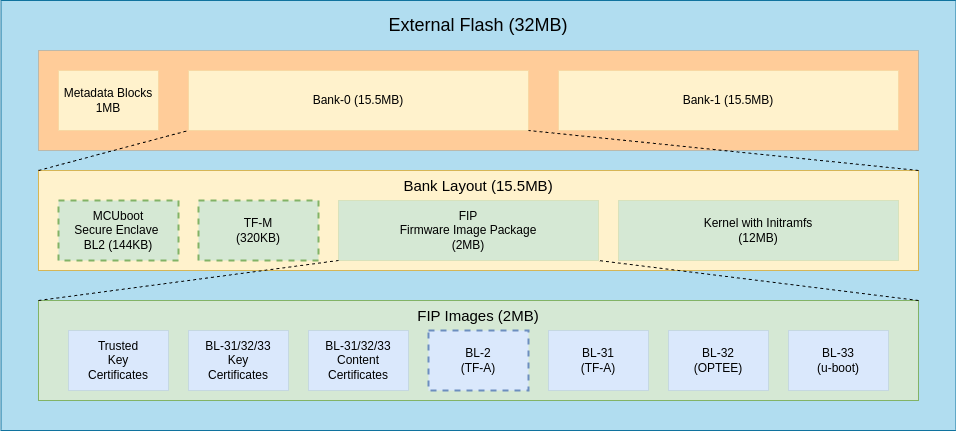
The draw.io diagram meta-arm-bsp/documentation/corstone1000/images/ExternalFlash.png in voltumna-linux/meta-voltumna, before a commit. Source tidied: cells renumbered, new cells last; positions are measured from the earlier drawing's top-left corner, leaving out a move shared by most shapes. Its diagram source:
```xml
<mxGraphModel>
  <root>
    <mxCell id="0" />
    <mxCell id="1" parent="0" />
    <mxCell id="2" style="rounded=0;whiteSpace=wrap;html=1;fillColor=#b1ddf0;strokeColor=#10739e;" parent="1" vertex="1">
      <mxGeometry x="0.5" width="955" height="430" as="geometry" />
    </mxCell>
    <mxCell id="3" style="rounded=0;whiteSpace=wrap;html=1;fillColor=#d5e8d4;strokeColor=#82b366;" parent="1" vertex="1">
      <mxGeometry x="38" y="300" width="880" height="100" as="geometry" />
    </mxCell>
    <mxCell id="4" style="rounded=0;whiteSpace=wrap;html=1;fillColor=#fff2cc;strokeColor=#d6b656;" parent="1" vertex="1">
      <mxGeometry x="38" y="170" width="880" height="100" as="geometry" />
    </mxCell>
    <mxCell id="5" style="rounded=0;whiteSpace=wrap;html=1;fillColor=#ffcc99;strokeColor=#36393d;strokeWidth=0;" parent="1" vertex="1">
      <mxGeometry x="38" y="50" width="880" height="100" as="geometry" />
    </mxCell>
    <mxCell id="6" value="Metadata Blocks 1MB" style="rounded=0;whiteSpace=wrap;html=1;fillColor=#fff2cc;strokeColor=#d6b656;strokeWidth=0;" parent="1" vertex="1">
      <mxGeometry x="58" y="70" width="100" height="60" as="geometry" />
    </mxCell>
    <mxCell id="7" value="Bank-0 (15.5MB)" style="rounded=0;whiteSpace=wrap;html=1;fillColor=#fff2cc;strokeColor=#d6b656;strokeWidth=0;" parent="1" vertex="1">
      <mxGeometry x="188" y="70" width="340" height="60" as="geometry" />
    </mxCell>
    <mxCell id="8" value="Bank-1 (15.5MB)" style="rounded=0;whiteSpace=wrap;html=1;fillColor=#fff2cc;strokeColor=#d6b656;strokeWidth=0;" parent="1" vertex="1">
      <mxGeometry x="558" y="70" width="340" height="60" as="geometry" />
    </mxCell>
    <mxCell id="9" value="MCUboot &lt;br&gt;Secure Enclave&amp;nbsp;&lt;br&gt;BL2 (144KB)" style="rounded=0;whiteSpace=wrap;html=1;fillColor=#d5e8d4;strokeColor=#82b366;dashed=1;strokeWidth=2;" parent="1" vertex="1">
      <mxGeometry x="58" y="200" width="120" height="60" as="geometry" />
    </mxCell>
    <mxCell id="10" value="TF-M&lt;br&gt;(320KB)" style="rounded=0;whiteSpace=wrap;html=1;fillColor=#d5e8d4;strokeColor=#82b366;dashed=1;strokeWidth=2;" parent="1" vertex="1">
      <mxGeometry x="198" y="200" width="120" height="60" as="geometry" />
    </mxCell>
    <mxCell id="11" value="FIP&lt;br&gt;Firmware Image Package&lt;br&gt;(2MB)" style="rounded=0;whiteSpace=wrap;html=1;fillColor=#d5e8d4;strokeColor=#82b366;strokeWidth=0;" parent="1" vertex="1">
      <mxGeometry x="338" y="200" width="260" height="60" as="geometry" />
    </mxCell>
    <mxCell id="12" value="Kernel with Initramfs&lt;br&gt;(12MB)" style="rounded=0;whiteSpace=wrap;html=1;fillColor=#d5e8d4;strokeColor=#82b366;strokeWidth=0;" parent="1" vertex="1">
      <mxGeometry x="618" y="200" width="280" height="60" as="geometry" />
    </mxCell>
    <mxCell id="13" value="Trusted &lt;br&gt;Key &lt;br&gt;Certificates" style="rounded=0;whiteSpace=wrap;html=1;fillColor=#dae8fc;strokeColor=#6c8ebf;strokeWidth=0;" parent="1" vertex="1">
      <mxGeometry x="68" y="330" width="100" height="60" as="geometry" />
    </mxCell>
    <mxCell id="14" value="BL-31/32/33&lt;br&gt;Key &lt;br&gt;Certificates" style="rounded=0;whiteSpace=wrap;html=1;fillColor=#dae8fc;strokeColor=#6c8ebf;strokeWidth=0;" parent="1" vertex="1">
      <mxGeometry x="188" y="330" width="100" height="60" as="geometry" />
    </mxCell>
    <mxCell id="15" value="BL-31/32/33&lt;br&gt;Content Certificates" style="rounded=0;whiteSpace=wrap;html=1;fillColor=#dae8fc;strokeColor=#6c8ebf;strokeWidth=0;" parent="1" vertex="1">
      <mxGeometry x="308" y="330" width="100" height="60" as="geometry" />
    </mxCell>
    <mxCell id="16" value="BL-2 &lt;br&gt;(TF-A)" style="rounded=0;whiteSpace=wrap;html=1;fillColor=#dae8fc;strokeColor=#6c8ebf;strokeWidth=2;dashed=1;" parent="1" vertex="1">
      <mxGeometry x="428" y="330" width="100" height="60" as="geometry" />
    </mxCell>
    <mxCell id="17" value="BL-31 &lt;br&gt;(TF-A)" style="rounded=0;whiteSpace=wrap;html=1;fillColor=#dae8fc;strokeColor=#6c8ebf;strokeWidth=0;" parent="1" vertex="1">
      <mxGeometry x="548" y="330" width="100" height="60" as="geometry" />
    </mxCell>
    <mxCell id="18" value="BL-32&lt;br&gt;(OPTEE)" style="rounded=0;whiteSpace=wrap;html=1;fillColor=#dae8fc;strokeColor=#6c8ebf;strokeWidth=0;" parent="1" vertex="1">
      <mxGeometry x="668" y="330" width="100" height="60" as="geometry" />
    </mxCell>
    <mxCell id="19" value="BL-33&lt;br&gt;(u-boot)" style="rounded=0;whiteSpace=wrap;html=1;fillColor=#dae8fc;strokeColor=#6c8ebf;strokeWidth=0;" parent="1" vertex="1">
      <mxGeometry x="788" y="330" width="100" height="60" as="geometry" />
    </mxCell>
    <mxCell id="20" style="endArrow=none;dashed=1;html=1;rounded=0;exitX=0;exitY=0;exitDx=0;exitDy=0;entryX=0;entryY=1;entryDx=0;entryDy=0;" parent="1" edge="1" source="4" target="7">
      <mxGeometry relative="1" as="geometry" />
    </mxCell>
    <mxCell id="21" style="endArrow=none;dashed=1;html=1;rounded=0;exitX=1;exitY=0;exitDx=0;exitDy=0;entryX=1;entryY=1;entryDx=0;entryDy=0;" parent="1" edge="1" source="4" target="7">
      <mxGeometry relative="1" as="geometry" />
    </mxCell>
    <mxCell id="22" style="endArrow=none;dashed=1;html=1;rounded=0;exitX=0;exitY=0;exitDx=0;exitDy=0;entryX=0;entryY=1;entryDx=0;entryDy=0;" parent="1" edge="1" source="3" target="11">
      <mxGeometry relative="1" as="geometry" />
    </mxCell>
    <mxCell id="23" style="endArrow=none;dashed=1;html=1;rounded=0;exitX=1;exitY=0;exitDx=0;exitDy=0;entryX=1;entryY=1;entryDx=0;entryDy=0;fontStyle=1;" parent="1" edge="1" source="3" target="11">
      <mxGeometry relative="1" as="geometry" />
    </mxCell>
    <mxCell id="24" value="&lt;span style=&quot;font-weight: normal;&quot;&gt;External Flash (32MB)&lt;/span&gt;" style="text;html=1;strokeColor=none;fillColor=none;align=center;verticalAlign=middle;whiteSpace=wrap;rounded=0;fontSize=18;fontStyle=1;" parent="1" vertex="1">
      <mxGeometry x="373" y="10" width="210" height="30" as="geometry" />
    </mxCell>
    <mxCell id="25" value="&lt;font style=&quot;font-size: 15px; font-weight: normal;&quot;&gt;Bank Layout (15.5MB)&lt;/font&gt;" style="text;html=1;strokeColor=none;fillColor=none;align=center;verticalAlign=middle;whiteSpace=wrap;rounded=0;fontSize=18;fontStyle=1;" parent="1" vertex="1">
      <mxGeometry x="373" y="170" width="210" height="30" as="geometry" />
    </mxCell>
    <mxCell id="26" value="&lt;font style=&quot;font-size: 15px; font-weight: normal;&quot;&gt;FIP Images (2MB)&lt;/font&gt;" style="text;html=1;strokeColor=none;fillColor=none;align=center;verticalAlign=middle;whiteSpace=wrap;rounded=0;fontSize=18;fontStyle=1;" parent="1" vertex="1">
      <mxGeometry x="373" y="300" width="210" height="30" as="geometry" />
    </mxCell>
  </root>
</mxGraphModel>
```
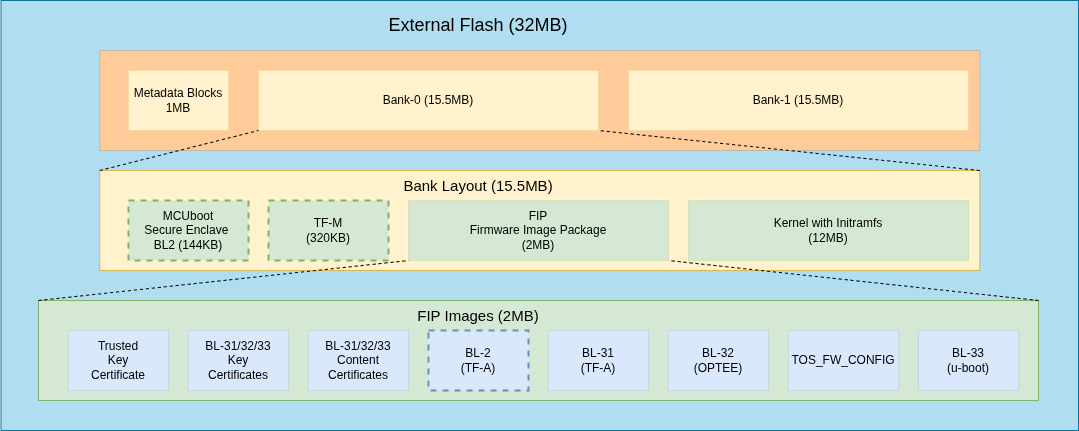
After the commit.

What changed in the source:
```diff
@@ -3,39 +3,39 @@
     <mxCell id="0" />
     <mxCell id="1" parent="0" />
     <mxCell id="2" style="rounded=0;whiteSpace=wrap;html=1;fillColor=#b1ddf0;strokeColor=#10739e;" parent="1" vertex="1">
-      <mxGeometry x="0.5" width="955" height="430" as="geometry" />
+      <mxGeometry x="0.5" width="1077.5" height="430" as="geometry" />
     </mxCell>
     <mxCell id="3" style="rounded=0;whiteSpace=wrap;html=1;fillColor=#d5e8d4;strokeColor=#82b366;" parent="1" vertex="1">
-      <mxGeometry x="38" y="300" width="880" height="100" as="geometry" />
+      <mxGeometry x="38" y="300" width="1000" height="100" as="geometry" />
     </mxCell>
     <mxCell id="4" style="rounded=0;whiteSpace=wrap;html=1;fillColor=#fff2cc;strokeColor=#d6b656;" parent="1" vertex="1">
-      <mxGeometry x="38" y="170" width="880" height="100" as="geometry" />
+      <mxGeometry x="99.2" y="170" width="880" height="100" as="geometry" />
     </mxCell>
     <mxCell id="5" style="rounded=0;whiteSpace=wrap;html=1;fillColor=#ffcc99;strokeColor=#36393d;strokeWidth=0;" parent="1" vertex="1">
-      <mxGeometry x="38" y="50" width="880" height="100" as="geometry" />
+      <mxGeometry x="99.2" y="50" width="880" height="100" as="geometry" />
     </mxCell>
     <mxCell id="6" value="Metadata Blocks 1MB" style="rounded=0;whiteSpace=wrap;html=1;fillColor=#fff2cc;strokeColor=#d6b656;strokeWidth=0;" parent="1" vertex="1">
-      <mxGeometry x="58" y="70" width="100" height="60" as="geometry" />
+      <mxGeometry x="128" y="70" width="100" height="60" as="geometry" />
     </mxCell>
     <mxCell id="7" value="Bank-0 (15.5MB)" style="rounded=0;whiteSpace=wrap;html=1;fillColor=#fff2cc;strokeColor=#d6b656;strokeWidth=0;" parent="1" vertex="1">
-      <mxGeometry x="188" y="70" width="340" height="60" as="geometry" />
+      <mxGeometry x="258" y="70" width="340" height="60" as="geometry" />
     </mxCell>
     <mxCell id="8" value="Bank-1 (15.5MB)" style="rounded=0;whiteSpace=wrap;html=1;fillColor=#fff2cc;strokeColor=#d6b656;strokeWidth=0;" parent="1" vertex="1">
-      <mxGeometry x="558" y="70" width="340" height="60" as="geometry" />
+      <mxGeometry x="628" y="70" width="340" height="60" as="geometry" />
     </mxCell>
     <mxCell id="9" value="MCUboot &lt;br&gt;Secure Enclave&amp;nbsp;&lt;br&gt;BL2 (144KB)" style="rounded=0;whiteSpace=wrap;html=1;fillColor=#d5e8d4;strokeColor=#82b366;dashed=1;strokeWidth=2;" parent="1" vertex="1">
-      <mxGeometry x="58" y="200" width="120" height="60" as="geometry" />
+      <mxGeometry x="128" y="200" width="120" height="60" as="geometry" />
     </mxCell>
     <mxCell id="10" value="TF-M&lt;br&gt;(320KB)" style="rounded=0;whiteSpace=wrap;html=1;fillColor=#d5e8d4;strokeColor=#82b366;dashed=1;strokeWidth=2;" parent="1" vertex="1">
-      <mxGeometry x="198" y="200" width="120" height="60" as="geometry" />
+      <mxGeometry x="268" y="200" width="120" height="60" as="geometry" />
     </mxCell>
     <mxCell id="11" value="FIP&lt;br&gt;Firmware Image Package&lt;br&gt;(2MB)" style="rounded=0;whiteSpace=wrap;html=1;fillColor=#d5e8d4;strokeColor=#82b366;strokeWidth=0;" parent="1" vertex="1">
-      <mxGeometry x="338" y="200" width="260" height="60" as="geometry" />
+      <mxGeometry x="408" y="200" width="260" height="60" as="geometry" />
     </mxCell>
     <mxCell id="12" value="Kernel with Initramfs&lt;br&gt;(12MB)" style="rounded=0;whiteSpace=wrap;html=1;fillColor=#d5e8d4;strokeColor=#82b366;strokeWidth=0;" parent="1" vertex="1">
-      <mxGeometry x="618" y="200" width="280" height="60" as="geometry" />
+      <mxGeometry x="688" y="200" width="280" height="60" as="geometry" />
     </mxCell>
-    <mxCell id="13" value="Trusted &lt;br&gt;Key &lt;br&gt;Certificates" style="rounded=0;whiteSpace=wrap;html=1;fillColor=#dae8fc;strokeColor=#6c8ebf;strokeWidth=0;" parent="1" vertex="1">
+    <mxCell id="13" value="Trusted &lt;br&gt;Key &lt;br&gt;Certificate" style="rounded=0;whiteSpace=wrap;html=1;fillColor=#dae8fc;strokeColor=#6c8ebf;strokeWidth=0;" parent="1" vertex="1">
       <mxGeometry x="68" y="330" width="100" height="60" as="geometry" />
     </mxCell>
     <mxCell id="14" value="BL-31/32/33&lt;br&gt;Key &lt;br&gt;Certificates" style="rounded=0;whiteSpace=wrap;html=1;fillColor=#dae8fc;strokeColor=#6c8ebf;strokeWidth=0;" parent="1" vertex="1">
@@ -54,7 +54,7 @@
       <mxGeometry x="668" y="330" width="100" height="60" as="geometry" />
     </mxCell>
     <mxCell id="19" value="BL-33&lt;br&gt;(u-boot)" style="rounded=0;whiteSpace=wrap;html=1;fillColor=#dae8fc;strokeColor=#6c8ebf;strokeWidth=0;" parent="1" vertex="1">
-      <mxGeometry x="788" y="330" width="100" height="60" as="geometry" />
+      <mxGeometry x="918" y="330" width="100" height="60" as="geometry" />
     </mxCell>
     <mxCell id="20" style="endArrow=none;dashed=1;html=1;rounded=0;exitX=0;exitY=0;exitDx=0;exitDy=0;entryX=0;entryY=1;entryDx=0;entryDy=0;" parent="1" edge="1" source="4" target="7">
       <mxGeometry relative="1" as="geometry" />
@@ -77,5 +77,8 @@
     <mxCell id="26" value="&lt;font style=&quot;font-size: 15px; font-weight: normal;&quot;&gt;FIP Images (2MB)&lt;/font&gt;" style="text;html=1;strokeColor=none;fillColor=none;align=center;verticalAlign=middle;whiteSpace=wrap;rounded=0;fontSize=18;fontStyle=1;" parent="1" vertex="1">
       <mxGeometry x="373" y="300" width="210" height="30" as="geometry" />
     </mxCell>
+    <mxCell id="27" value="TOS_FW_CONFIG" style="rounded=0;whiteSpace=wrap;html=1;fillColor=#dae8fc;strokeColor=#6c8ebf;strokeWidth=0;" parent="1" vertex="1">
+      <mxGeometry x="788" y="330" width="110" height="60" as="geometry" />
+    </mxCell>
   </root>
 </mxGraphModel>
```
